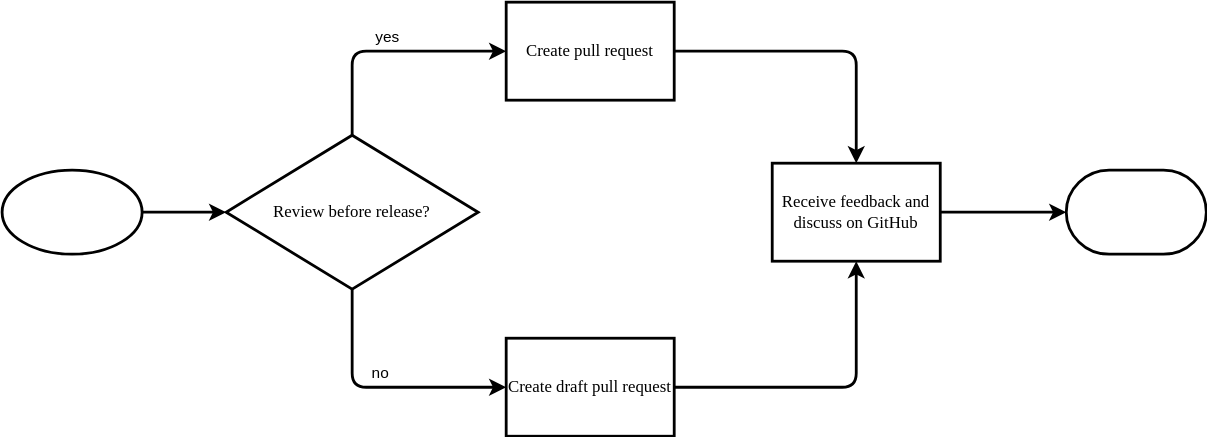
Earlier version of the draw.io export modules/ROOT/images/proc_reviewing_and_discussion.drawio.svg (Netbeheer-Nederland/doc-documentation-manual). Source tidied: cells renumbered, new cells last; positions are measured from the earlier drawing's top-left corner, leaving out a move shared by most shapes.
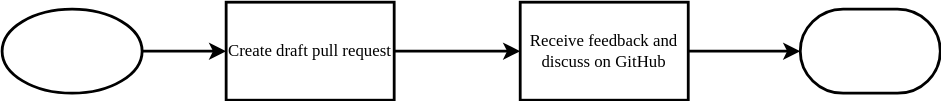
After the commit.

What changed in the source:
```diff
@@ -2,41 +2,26 @@
   <root>
     <mxCell id="0" />
     <mxCell id="1" parent="0" />
-    <mxCell id="2" style="edgeStyle=orthogonalEdgeStyle;rounded=0;jettySize=auto;html=1;strokeWidth=2;" parent="1" edge="1" source="3" target="9">
+    <mxCell id="2" style="edgeStyle=orthogonalEdgeStyle;rounded=0;jettySize=auto;html=1;strokeWidth=2;entryX=0;entryY=0.5;entryDx=0;entryDy=0;" parent="1" edge="1" source="3" target="6">
       <mxGeometry relative="1" as="geometry" />
     </mxCell>
     <mxCell id="3" style="strokeWidth=2;html=1;shape=mxgraph.flowchart.start_1;whiteSpace=wrap;rounded=0;fontFamily=Verdana;" parent="1" vertex="1">
       <mxGeometry y="120" width="100" height="60" as="geometry" />
     </mxCell>
     <mxCell id="4" style="strokeWidth=2;html=1;shape=mxgraph.flowchart.terminator;whiteSpace=wrap;hachureGap=4;fontFamily=Architects Daughter;fontSource=https%3A%2F%2Ffonts.googleapis.com%2Fcss%3Ffamily%3DArchitects%2BDaughter;" parent="1" vertex="1">
-      <mxGeometry x="760" y="120" width="100" height="60" as="geometry" />
+      <mxGeometry x="570" y="120" width="100" height="60" as="geometry" />
     </mxCell>
-    <mxCell id="5" style="edgeStyle=orthogonalEdgeStyle;rounded=1;jettySize=auto;html=1;entryX=0.5;entryY=1;entryDx=0;entryDy=0;strokeWidth=2;" parent="1" edge="1" source="6" target="13">
+    <mxCell id="5" style="edgeStyle=orthogonalEdgeStyle;rounded=1;jettySize=auto;html=1;entryX=0;entryY=0.5;entryDx=0;entryDy=0;strokeWidth=2;" parent="1" edge="1" source="6" target="13">
       <mxGeometry relative="1" as="geometry" />
     </mxCell>
     <mxCell id="6" value="Create draft pull request" style="rounded=0;whiteSpace=wrap;html=1;absoluteArcSize=1;arcSize=14;strokeWidth=2;fontFamily=Verdana;" parent="1" vertex="1">
-      <mxGeometry x="360" y="240" width="120" height="70" as="geometry" />
+      <mxGeometry x="160" y="115" width="120" height="70" as="geometry" />
     </mxCell>
-    <mxCell id="7" value="yes" style="edgeStyle=orthogonalEdgeStyle;rounded=1;jettySize=auto;html=1;entryX=0;entryY=0.5;entryDx=0;entryDy=0;exitX=0.5;exitY=0;exitDx=0;exitDy=0;strokeWidth=2;spacingBottom=20;labelBackgroundColor=none;" parent="1" edge="1" source="9" target="11">
-      <mxGeometry relative="1" as="geometry" />
-    </mxCell>
-    <mxCell id="8" value="no" style="edgeStyle=orthogonalEdgeStyle;rounded=1;jettySize=auto;html=1;exitX=0.5;exitY=1;exitDx=0;exitDy=0;entryX=0;entryY=0.5;entryDx=0;entryDy=0;strokeWidth=2;spacingBottom=20;labelBackgroundColor=none;" parent="1" edge="1" source="9" target="6">
-      <mxGeometry relative="1" as="geometry" />
-    </mxCell>
-    <mxCell id="9" value="Review before release?" style="rhombus;whiteSpace=wrap;html=1;rounded=0;fontFamily=Verdana;strokeWidth=2;" parent="1" vertex="1">
-      <mxGeometry x="160" y="95" width="180" height="110" as="geometry" />
-    </mxCell>
-    <mxCell id="10" style="edgeStyle=orthogonalEdgeStyle;rounded=1;jettySize=auto;html=1;entryX=0.5;entryY=0;entryDx=0;entryDy=0;strokeWidth=2;" parent="1" edge="1" source="11" target="13">
-      <mxGeometry relative="1" as="geometry" />
-    </mxCell>
-    <mxCell id="11" value="Create pull request" style="rounded=0;whiteSpace=wrap;html=1;absoluteArcSize=1;arcSize=14;strokeWidth=2;fontFamily=Verdana;" parent="1" vertex="1">
-      <mxGeometry x="360" width="120" height="70" as="geometry" />
-    </mxCell>
     <mxCell id="12" style="edgeStyle=orthogonalEdgeStyle;rounded=0;jettySize=auto;html=1;strokeWidth=2;" parent="1" edge="1" source="13" target="4">
       <mxGeometry relative="1" as="geometry" />
     </mxCell>
     <mxCell id="13" value="Receive feedback and discuss on GitHub" style="rounded=0;whiteSpace=wrap;html=1;absoluteArcSize=1;arcSize=14;strokeWidth=2;fontFamily=Verdana;" parent="1" vertex="1">
-      <mxGeometry x="550" y="115" width="120" height="70" as="geometry" />
+      <mxGeometry x="370" y="115" width="120" height="70" as="geometry" />
     </mxCell>
   </root>
 </mxGraphModel>
```
